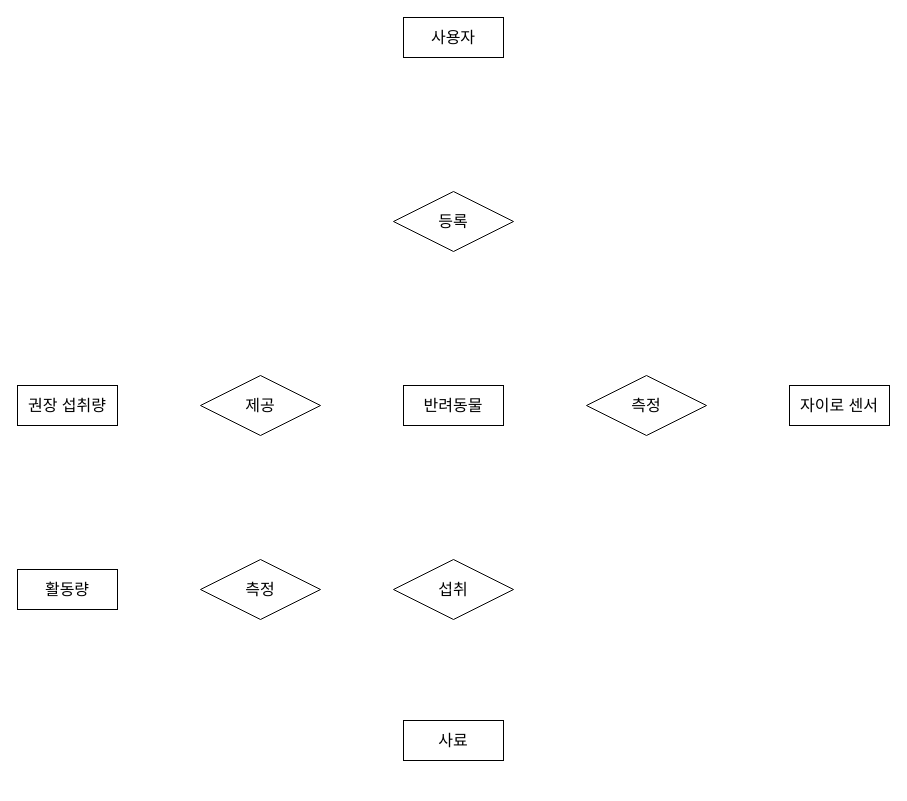
The draw.io diagram 제목 없는 다이어그램.drawio in JeongImS/ONull_project, before the edit. Source tidied: cells renumbered, new cells numbered last; positions are measured from the earlier drawing's top-left corner, leaving out a move shared by most shapes. Both pictures are drawn from the tidied source at 100%, with x=0, y=0 at pixel (17, 17).
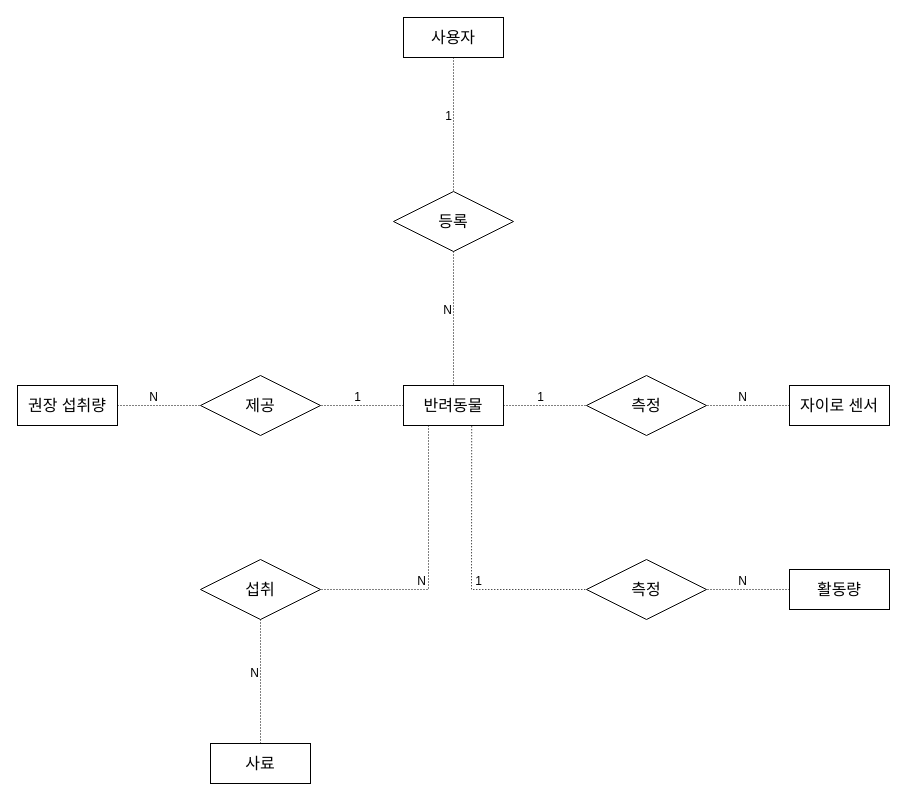
The same page after the edit.

Commit message (it also covers changes not shown here):
제목 없는 다이어그램.drawio 업데이트

The change refers to these unchanged cells:
```xml
<mxCell id="2" value="사용자" style="whiteSpace=wrap;html=1;align=center;fontSize=16;" parent="1" vertex="1">
  <mxGeometry x="386" width="100" height="40" as="geometry" />
</mxCell>
<mxCell id="3" value="반려동물" style="whiteSpace=wrap;html=1;align=center;fontSize=16;" parent="1" vertex="1">
  <mxGeometry x="386" y="368" width="100" height="40" as="geometry" />
</mxCell>
<mxCell id="6" value="자이로 센서" style="whiteSpace=wrap;html=1;align=center;fontSize=16;" parent="1" vertex="1">
  <mxGeometry x="772" y="368" width="100" height="40" as="geometry" />
</mxCell>
<mxCell id="7" value="권장 섭취량" style="whiteSpace=wrap;html=1;align=center;fontSize=16;" parent="1" vertex="1">
  <mxGeometry y="368" width="100" height="40" as="geometry" />
</mxCell>
<mxCell id="9" value="등록" style="shape=rhombus;perimeter=rhombusPerimeter;whiteSpace=wrap;html=1;align=center;fontSize=16;" parent="1" vertex="1">
  <mxGeometry x="376" y="174" width="120" height="60" as="geometry" />
</mxCell>
<mxCell id="10" value="측정" style="shape=rhombus;perimeter=rhombusPerimeter;whiteSpace=wrap;html=1;align=center;fontSize=16;" parent="1" vertex="1">
  <mxGeometry x="569" y="358" width="120" height="60" as="geometry" />
</mxCell>
<mxCell id="12" value="제공" style="shape=rhombus;perimeter=rhombusPerimeter;whiteSpace=wrap;html=1;align=center;fontSize=16;" parent="1" vertex="1">
  <mxGeometry x="183" y="358" width="120" height="60" as="geometry" />
</mxCell>
```

What changed in the source:
```diff
@@
     <mxCell id="4" value="활동량" style="whiteSpace=wrap;html=1;align=center;fontSize=16;" parent="1" vertex="1">
-      <mxGeometry y="552" width="100" height="40" as="geometry" />
+      <mxGeometry x="772" y="552" width="100" height="40" as="geometry" />
     </mxCell>
     <mxCell id="5" value="사료" style="whiteSpace=wrap;html=1;align=center;fontSize=16;" parent="1" vertex="1">
-      <mxGeometry x="386" y="703" width="100" height="40" as="geometry" />
+      <mxGeometry x="193" y="726" width="100" height="40" as="geometry" />
     </mxCell>
@@
     <mxCell id="8" value="섭취" style="shape=rhombus;perimeter=rhombusPerimeter;whiteSpace=wrap;html=1;align=center;fontSize=16;" parent="1" vertex="1">
-      <mxGeometry x="376" y="542" width="120" height="60" as="geometry" />
+      <mxGeometry x="183" y="542" width="120" height="60" as="geometry" />
     </mxCell>
@@
     <mxCell id="11" value="측정" style="shape=rhombus;perimeter=rhombusPerimeter;whiteSpace=wrap;html=1;align=center;fontSize=16;" parent="1" vertex="1">
-      <mxGeometry x="183" y="542" width="120" height="60" as="geometry" />
+      <mxGeometry x="569" y="542" width="120" height="60" as="geometry" />
     </mxCell>
@@
+    <mxCell id="13" style="endArrow=none;html=1;rounded=0;dashed=1;dashPattern=1 2;exitX=0.682;exitY=1.02;exitDx=0;exitDy=0;exitPerimeter=0;entryX=0;entryY=0.5;entryDx=0;entryDy=0;" parent="1" edge="1" source="3" target="11">
+      <mxGeometry relative="1" as="geometry">
+        <Array as="points">
+          <mxPoint x="454" y="572" />
+        </Array>
+      </mxGeometry>
+    </mxCell>
+    <mxCell id="14" value="1" style="html=1;whiteSpace=wrap;align=right;verticalAlign=bottom;" parent="13" vertex="1">
+      <mxGeometry x="1" relative="1" as="geometry">
+        <mxPoint x="-103" as="offset" />
+      </mxGeometry>
+    </mxCell>
+    <mxCell id="15" style="endArrow=none;html=1;rounded=0;dashed=1;dashPattern=1 2;exitX=0.25;exitY=1;exitDx=0;exitDy=0;entryX=1;entryY=0.5;entryDx=0;entryDy=0;" parent="1" edge="1" source="3" target="8">
+      <mxGeometry relative="1" as="geometry">
+        <Array as="points">
+          <mxPoint x="411" y="572" />
+        </Array>
+      </mxGeometry>
+    </mxCell>
+    <mxCell id="16" value="N" style="html=1;whiteSpace=wrap;align=right;verticalAlign=bottom;" parent="15" vertex="1">
+      <mxGeometry x="1" relative="1" as="geometry">
+        <mxPoint x="107" as="offset" />
+      </mxGeometry>
+    </mxCell>
+    <mxCell id="17" style="endArrow=none;html=1;rounded=0;dashed=1;dashPattern=1 2;exitX=0.5;exitY=0;exitDx=0;exitDy=0;entryX=0.5;entryY=1;entryDx=0;entryDy=0;" parent="1" edge="1" source="5" target="8">
+      <mxGeometry relative="1" as="geometry" />
+    </mxCell>
+    <mxCell id="18" value="N" style="html=1;whiteSpace=wrap;align=right;verticalAlign=bottom;" parent="17" vertex="1">
+      <mxGeometry x="1" relative="1" as="geometry">
+        <mxPoint y="62" as="offset" />
+      </mxGeometry>
+    </mxCell>
+    <mxCell id="19" style="endArrow=none;html=1;rounded=0;dashed=1;dashPattern=1 2;exitX=0;exitY=0.5;exitDx=0;exitDy=0;entryX=1;entryY=0.5;entryDx=0;entryDy=0;" parent="1" edge="1" source="4" target="11">
+      <mxGeometry relative="1" as="geometry" />
+    </mxCell>
+    <mxCell id="20" value="N" style="html=1;whiteSpace=wrap;align=right;verticalAlign=bottom;" parent="19" vertex="1">
+      <mxGeometry x="1" relative="1" as="geometry">
+        <mxPoint x="42" as="offset" />
+      </mxGeometry>
+    </mxCell>
+    <mxCell id="21" style="endArrow=none;html=1;rounded=0;dashed=1;dashPattern=1 2;exitX=0;exitY=0.5;exitDx=0;exitDy=0;entryX=1;entryY=0.5;entryDx=0;entryDy=0;" parent="1" edge="1" source="3" target="12">
+      <mxGeometry relative="1" as="geometry" />
+    </mxCell>
+    <mxCell id="22" value="1" style="html=1;whiteSpace=wrap;align=right;verticalAlign=bottom;" parent="21" vertex="1">
+      <mxGeometry x="1" relative="1" as="geometry">
+        <mxPoint x="42" as="offset" />
+      </mxGeometry>
+    </mxCell>
+    <mxCell id="23" style="endArrow=none;html=1;rounded=0;dashed=1;dashPattern=1 2;exitX=1;exitY=0.5;exitDx=0;exitDy=0;entryX=0;entryY=0.5;entryDx=0;entryDy=0;" parent="1" edge="1" source="7" target="12">
+      <mxGeometry relative="1" as="geometry" />
+    </mxCell>
+    <mxCell id="24" value="N" style="html=1;whiteSpace=wrap;align=right;verticalAlign=bottom;" parent="23" vertex="1">
+      <mxGeometry x="1" relative="1" as="geometry">
+        <mxPoint x="-41" as="offset" />
+      </mxGeometry>
+    </mxCell>
+    <mxCell id="25" style="endArrow=none;html=1;rounded=0;dashed=1;dashPattern=1 2;exitX=1;exitY=0.5;exitDx=0;exitDy=0;entryX=0;entryY=0.5;entryDx=0;entryDy=0;" parent="1" edge="1" source="3" target="10">
+      <mxGeometry relative="1" as="geometry" />
+    </mxCell>
+    <mxCell id="26" value="1" style="html=1;whiteSpace=wrap;align=right;verticalAlign=bottom;" parent="25" vertex="1">
+      <mxGeometry x="1" relative="1" as="geometry">
+        <mxPoint x="-41" as="offset" />
+      </mxGeometry>
+    </mxCell>
+    <mxCell id="27" style="endArrow=none;html=1;rounded=0;dashed=1;dashPattern=1 2;exitX=0;exitY=0.5;exitDx=0;exitDy=0;entryX=1;entryY=0.5;entryDx=0;entryDy=0;" parent="1" edge="1" source="6" target="10">
+      <mxGeometry relative="1" as="geometry" />
+    </mxCell>
+    <mxCell id="28" value="N" style="html=1;whiteSpace=wrap;align=right;verticalAlign=bottom;" parent="27" vertex="1">
+      <mxGeometry x="1" relative="1" as="geometry">
+        <mxPoint x="42" as="offset" />
+      </mxGeometry>
+    </mxCell>
+    <mxCell id="29" style="endArrow=none;html=1;rounded=0;dashed=1;dashPattern=1 2;exitX=0.5;exitY=1;exitDx=0;exitDy=0;entryX=0.5;entryY=0;entryDx=0;entryDy=0;" parent="1" edge="1" source="2" target="9">
+      <mxGeometry relative="1" as="geometry" />
+    </mxCell>
+    <mxCell id="30" value="1" style="html=1;whiteSpace=wrap;align=right;verticalAlign=bottom;" parent="29" vertex="1">
+      <mxGeometry x="1" relative="1" as="geometry">
+        <mxPoint y="-67" as="offset" />
+      </mxGeometry>
+    </mxCell>
+    <mxCell id="31" style="endArrow=none;html=1;rounded=0;dashed=1;dashPattern=1 2;exitX=0.5;exitY=1;exitDx=0;exitDy=0;entryX=0.5;entryY=0;entryDx=0;entryDy=0;" parent="1" edge="1" source="9" target="3">
+      <mxGeometry relative="1" as="geometry" />
+    </mxCell>
+    <mxCell id="32" value="N" style="html=1;whiteSpace=wrap;align=right;verticalAlign=bottom;" parent="31" vertex="1">
+      <mxGeometry x="1" relative="1" as="geometry">
+        <mxPoint y="-67" as="offset" />
+      </mxGeometry>
+    </mxCell>
```
